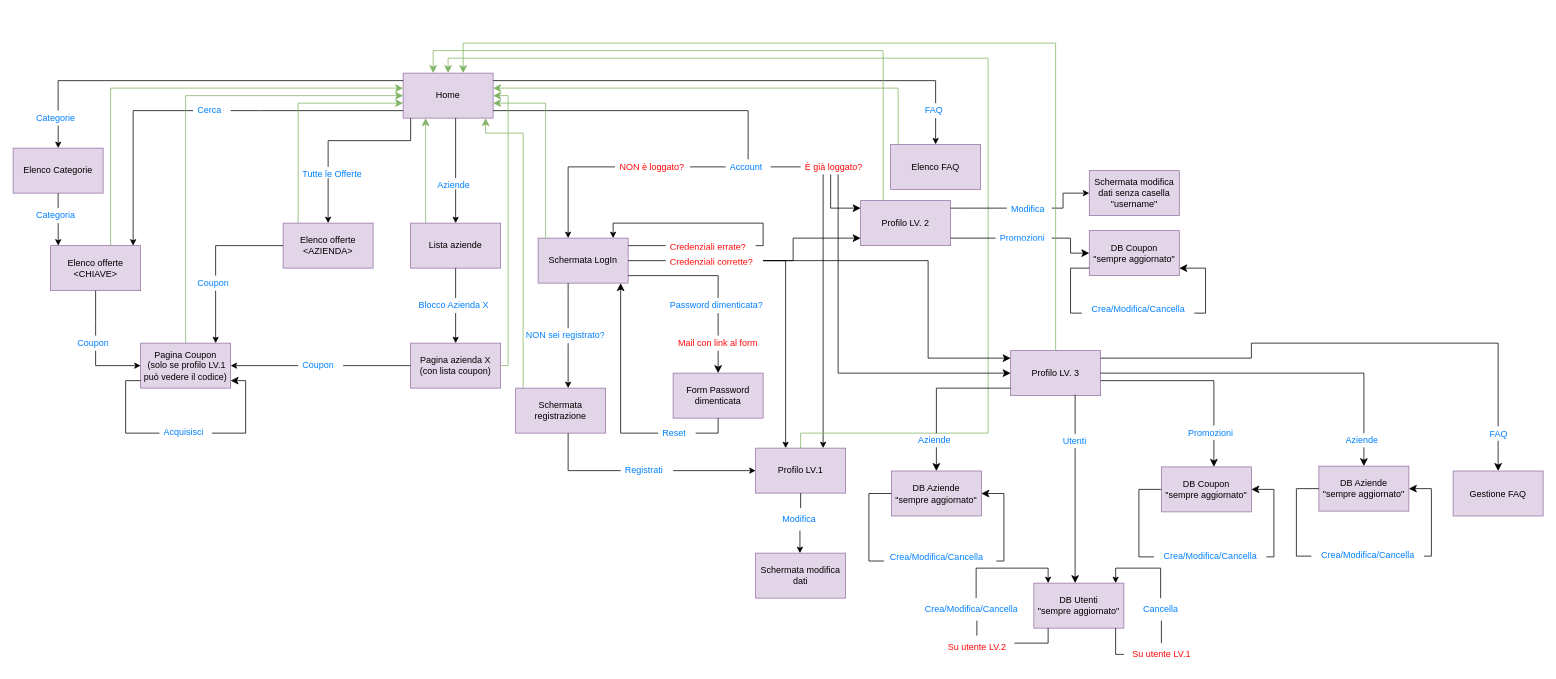
Earlier version of the draw.io diagram blueprints/SchemaLinkTecWeb.drawio (lorenzozulli/progetto-tecnologie-web). Source tidied: cells renumbered, new cells numbered last; positions are measured from the earlier drawing's top-left corner, leaving out a move shared by most shapes. Both pictures are drawn from the tidied source at 75%, with x=0, y=0 at pixel (13, 43).
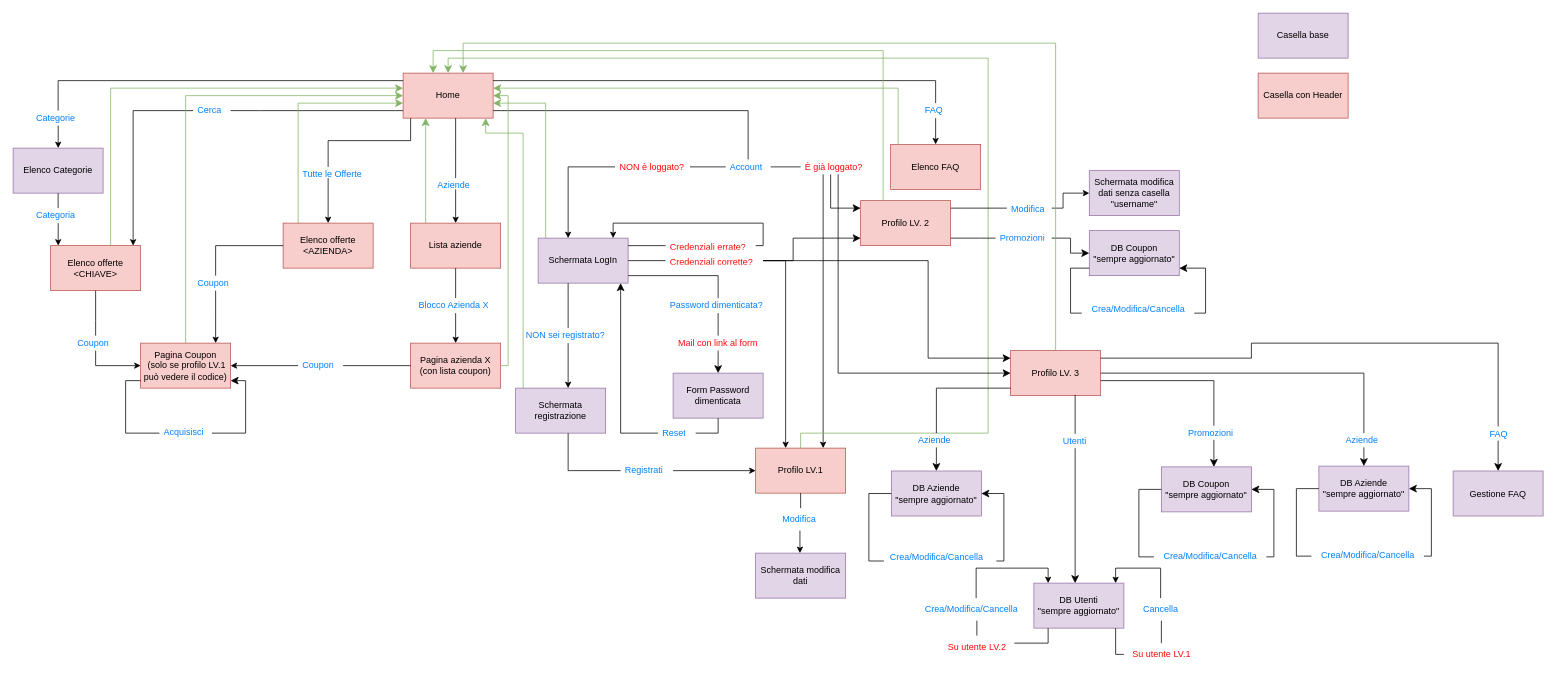
The same page after the edit.

Commit message:
Aggiornato lo schema dei link

Change to the diagram source:
```diff
@@
-    <mxCell id="2" value="&lt;div&gt;Home&lt;/div&gt;" style="rounded=0;whiteSpace=wrap;html=1;fillColor=#e1d5e7;strokeColor=#9673a6;" parent="1" vertex="1">
+    <mxCell id="2" value="&lt;div&gt;Home&lt;/div&gt;" style="rounded=0;whiteSpace=wrap;html=1;fillColor=#f8cecc;strokeColor=#b85450;" parent="1" vertex="1">
       <mxGeometry x="520" y="40" width="120" height="60" as="geometry" />
     </mxCell>
@@
-    <mxCell id="9" value="&lt;div&gt;Elenco offerte&lt;/div&gt;&lt;div&gt;&amp;lt;AZIENDA&amp;gt;&lt;/div&gt;" style="rounded=0;whiteSpace=wrap;html=1;fillColor=#e1d5e7;strokeColor=#9673a6;" parent="1" vertex="1">
+    <mxCell id="9" value="&lt;div&gt;Elenco offerte&lt;/div&gt;&lt;div&gt;&amp;lt;AZIENDA&amp;gt;&lt;/div&gt;" style="rounded=0;whiteSpace=wrap;html=1;fillColor=#f8cecc;strokeColor=#b85450;" parent="1" vertex="1">
       <mxGeometry x="360" y="240" width="120" height="60" as="geometry" />
     </mxCell>
-    <mxCell id="10" value="&lt;div&gt;Elenco offerte&lt;/div&gt;&lt;div&gt;&amp;lt;CHIAVE&amp;gt;&lt;/div&gt;" style="rounded=0;whiteSpace=wrap;html=1;fillColor=#e1d5e7;strokeColor=#9673a6;" parent="1" vertex="1">
+    <mxCell id="10" value="&lt;div&gt;Elenco offerte&lt;/div&gt;&lt;div&gt;&amp;lt;CHIAVE&amp;gt;&lt;/div&gt;" style="rounded=0;whiteSpace=wrap;html=1;fillColor=#f8cecc;strokeColor=#b85450;" parent="1" vertex="1">
       <mxGeometry x="50" y="270" width="120" height="60" as="geometry" />
     </mxCell>
-    <mxCell id="11" value="Lista aziende" style="rounded=0;whiteSpace=wrap;html=1;fillColor=#e1d5e7;strokeColor=#9673a6;" parent="1" vertex="1">
+    <mxCell id="11" value="Lista aziende" style="rounded=0;whiteSpace=wrap;html=1;fillColor=#f8cecc;strokeColor=#b85450;" parent="1" vertex="1">
       <mxGeometry x="530" y="240" width="120" height="60" as="geometry" />
     </mxCell>
-    <mxCell id="12" value="&lt;div&gt;Pagina azienda X&lt;br&gt;&lt;/div&gt;&lt;div&gt;(con lista coupon)&lt;br&gt;&lt;/div&gt;" style="rounded=0;whiteSpace=wrap;html=1;fillColor=#e1d5e7;strokeColor=#9673a6;" parent="1" vertex="1">
+    <mxCell id="12" value="&lt;div&gt;Pagina azienda X&lt;br&gt;&lt;/div&gt;&lt;div&gt;(con lista coupon)&lt;br&gt;&lt;/div&gt;" style="rounded=0;whiteSpace=wrap;html=1;fillColor=#f8cecc;strokeColor=#b85450;" parent="1" vertex="1">
       <mxGeometry x="530" y="400" width="120" height="60" as="geometry" />
     </mxCell>
-    <mxCell id="13" value="&lt;div&gt;Pagina Coupon&lt;/div&gt;&lt;div&gt;&amp;nbsp;(solo se profilo LV.1 può vedere il codice)&lt;/div&gt;" style="rounded=0;whiteSpace=wrap;html=1;fillColor=#e1d5e7;strokeColor=#9673a6;" parent="1" vertex="1">
+    <mxCell id="13" value="&lt;div&gt;Pagina Coupon&lt;/div&gt;&lt;div&gt;&amp;nbsp;(solo se profilo LV.1 può vedere il codice)&lt;/div&gt;" style="rounded=0;whiteSpace=wrap;html=1;fillColor=#f8cecc;strokeColor=#b85450;" parent="1" vertex="1">
       <mxGeometry x="170" y="400" width="120" height="60" as="geometry" />
     </mxCell>
@@
-    <mxCell id="15" value="&lt;div&gt;Elenco FAQ&lt;/div&gt;" style="rounded=0;whiteSpace=wrap;html=1;fillColor=#e1d5e7;strokeColor=#9673a6;" parent="1" vertex="1">
+    <mxCell id="15" value="&lt;div&gt;Elenco FAQ&lt;/div&gt;" style="rounded=0;whiteSpace=wrap;html=1;fillColor=#f8cecc;strokeColor=#b85450;" parent="1" vertex="1">
       <mxGeometry x="1170" y="135" width="120" height="60" as="geometry" />
     </mxCell>
@@
-    <mxCell id="83" value="&lt;div&gt;Profilo LV. 3&lt;br&gt;&lt;/div&gt;" style="rounded=0;whiteSpace=wrap;html=1;fillColor=#e1d5e7;strokeColor=#9673a6;" parent="1" vertex="1">
+    <mxCell id="83" value="&lt;div&gt;Profilo LV. 3&lt;br&gt;&lt;/div&gt;" style="rounded=0;whiteSpace=wrap;html=1;fillColor=#f8cecc;strokeColor=#b85450;" parent="1" vertex="1">
       <mxGeometry x="1330" y="410" width="120" height="60" as="geometry" />
     </mxCell>
@@
-    <mxCell id="111" value="&lt;div&gt;Profilo LV.1&lt;/div&gt;" style="rounded=0;whiteSpace=wrap;html=1;fillColor=#e1d5e7;strokeColor=#9673a6;" parent="1" vertex="1">
+    <mxCell id="111" value="&lt;div&gt;Profilo LV.1&lt;/div&gt;" style="rounded=0;whiteSpace=wrap;html=1;fillColor=#f8cecc;strokeColor=#b85450;" parent="1" vertex="1">
       <mxGeometry x="990" y="540" width="120" height="60" as="geometry" />
     </mxCell>
-    <mxCell id="112" value="&lt;div&gt;Profilo LV. 2&lt;/div&gt;" style="rounded=0;whiteSpace=wrap;html=1;fillColor=#e1d5e7;strokeColor=#9673a6;" parent="1" vertex="1">
+    <mxCell id="112" value="&lt;div&gt;Profilo LV. 2&lt;/div&gt;" style="rounded=0;whiteSpace=wrap;html=1;fillColor=#f8cecc;strokeColor=#b85450;" parent="1" vertex="1">
       <mxGeometry x="1130" y="210" width="120" height="60" as="geometry" />
     </mxCell>
@@
+    <mxCell id="146" value="Casella base" style="rounded=0;whiteSpace=wrap;html=1;fillColor=#e1d5e7;strokeColor=#9673a6;" parent="1" vertex="1">
+      <mxGeometry x="1660" y="-40" width="120" height="60" as="geometry" />
+    </mxCell>
+    <mxCell id="147" value="Casella con Header" style="rounded=0;whiteSpace=wrap;html=1;fillColor=#f8cecc;strokeColor=#b85450;" parent="1" vertex="1">
+      <mxGeometry x="1660" y="40" width="120" height="60" as="geometry" />
+    </mxCell>
```
